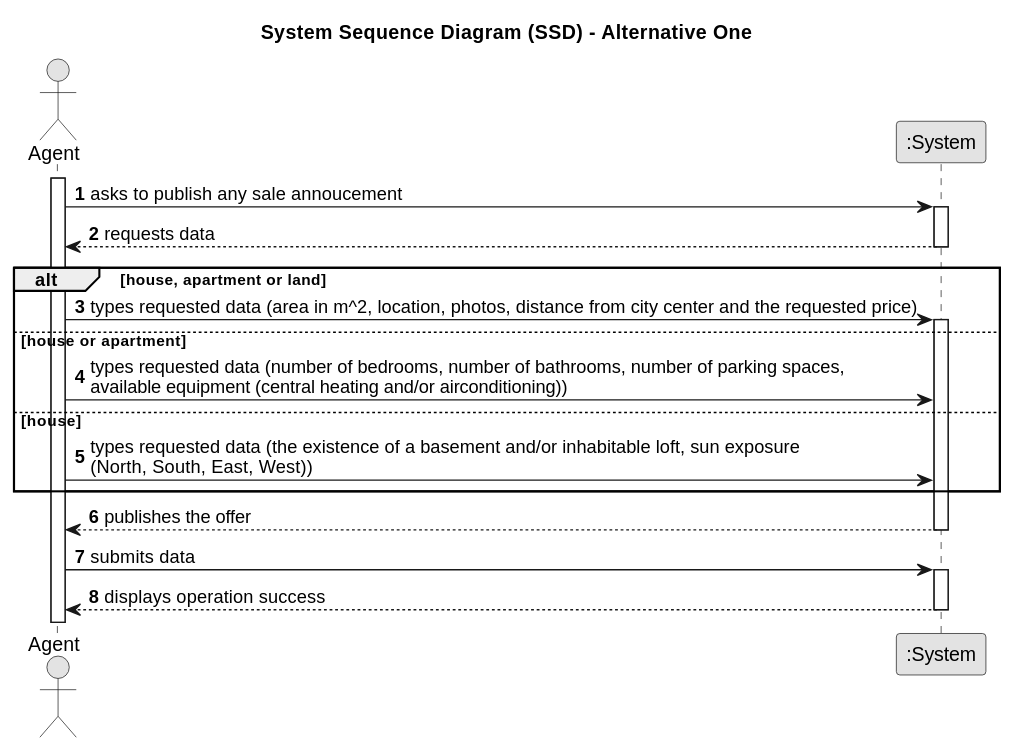
Above: docs/sprintA/US02/01.requirements-engineering/svg/us02-system-sequence-diagram.svg in PureNimble/ISEP-LAPR2 (PlantUML), before the change. Source of this version:
```plantuml
@startuml
skinparam monochrome true
skinparam packageStyle rectangle
skinparam shadowing false

title System Sequence Diagram (SSD) - Alternative One

autonumber

actor "Agent" as Agent
participant ":System" as System

activate Agent

    Agent -> System : asks to publish any sale annoucement
    activate System

        System --> Agent : requests data
    deactivate System

    alt house, apartment or land

    Agent -> System : types requested data (area in m^2, location, photos, distance from city center and the requested price)

    activate System

    else house or apartment

    Agent -> System : types requested data (number of bedrooms, number of bathrooms, number of parking spaces, \navailable equipment (central heating and/or airconditioning))

    else house

    Agent -> System : types requested data (the existence of a basement and/or inhabitable loft, sun exposure \n(North, South, East, West))

    end

    System --> Agent : publishes the offer
    deactivate System

    Agent -> System : submits data
    activate System

    System --> Agent : displays operation success
    deactivate System
@enduml
```
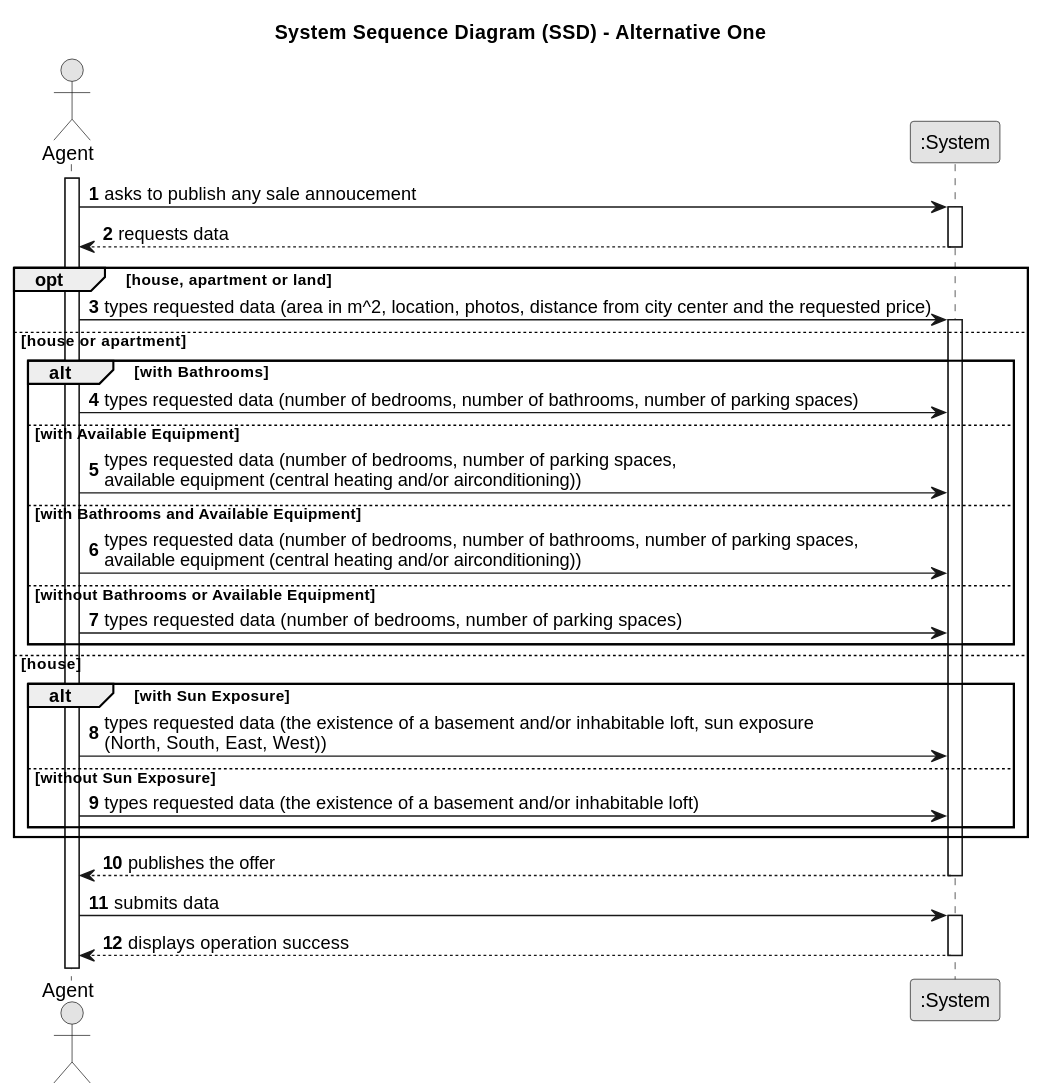
Later version of the same file.

Commit message:
Diagram SSD in Read Me

Change to the diagram source:
```diff
@@ -18,21 +18,52 @@
         System --> Agent : requests data
     deactivate System
 
-    alt house, apartment or land
+    opt house, apartment or land
 
-    Agent -> System : types requested data (area in m^2, location, photos, distance from city center and the requested price)
+        Agent -> System : types requested data (area in m^2, location, photos, distance from city center and the requested price)
 
-    activate System
+        activate System
 
-    else house or apartment
+        else house or apartment
 
-    Agent -> System : types requested data (number of bedrooms, number of bathrooms, number of parking spaces, \navailable equipment (central heating and/or airconditioning))
+            alt with Bathrooms
 
-    else house
+                Agent -> System : types requested data (number of bedrooms, number of bathrooms, number of parking spaces)
 
-    Agent -> System : types requested data (the existence of a basement and/or inhabitable loft, sun exposure \n(North, South, East, West))
 
-    end
+             else with Available Equipment
+
+                Agent -> System : types requested data (number of bedrooms, number of parking spaces, \navailable equipment (central heating and/or airconditioning))
+
+
+             else with Bathrooms and Available Equipment
+
+                Agent -> System : types requested data (number of bedrooms, number of bathrooms, number of parking spaces, \navailable equipment (central heating and/or airconditioning))
+
+
+             else without Bathrooms or Available Equipment
+
+                 Agent -> System : types requested data (number of bedrooms,  number of parking spaces)
+
+            end
+
+
+        else house
+
+            alt with Sun Exposure
+
+                Agent -> System : types requested data (the existence of a basement and/or inhabitable loft, sun exposure \n(North, South, East, West))
+
+
+            else without Sun Exposure
+
+                Agent -> System : types requested data (the existence of a basement and/or inhabitable loft)
+
+
+             end
+
+     end
+
 
     System --> Agent : publishes the offer
     deactivate System
```
